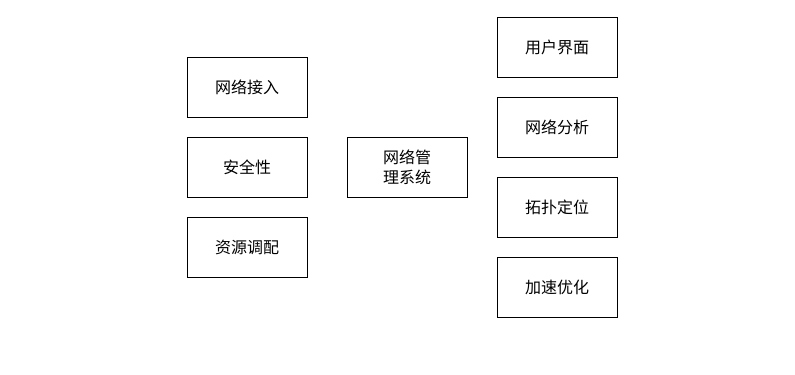
The draw.io diagram IOTNET.drawio in guoriyue/picture, before the edit. Source tidied: cells renumbered, new cells numbered last; positions are measured from the earlier drawing's top-left corner, leaving out a move shared by most shapes. Both pictures are drawn from the tidied source at 100%, with x=0, y=0 at pixel (187, 17).
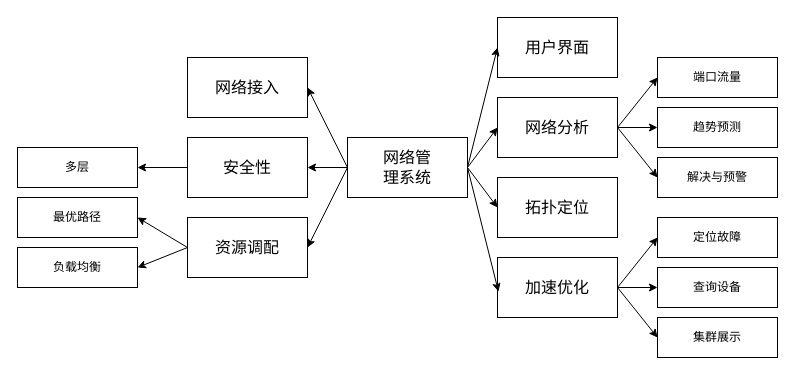
Above is the later version.

The change refers to these unchanged cells:
```xml
<mxCell id="2" style="rounded=0;whiteSpace=wrap;html=1;" parent="1" vertex="1">
  <mxGeometry y="40" width="120" height="60" as="geometry" />
</mxCell>
<mxCell id="4" style="rounded=0;whiteSpace=wrap;html=1;" parent="1" vertex="1">
  <mxGeometry y="120" width="120" height="60" as="geometry" />
</mxCell>
<mxCell id="5" style="rounded=0;whiteSpace=wrap;html=1;" parent="1" vertex="1">
  <mxGeometry y="200" width="120" height="60" as="geometry" />
</mxCell>
<mxCell id="8" style="rounded=0;whiteSpace=wrap;html=1;" parent="1" vertex="1">
  <mxGeometry x="310" width="120" height="60" as="geometry" />
</mxCell>
<mxCell id="10" style="rounded=0;whiteSpace=wrap;html=1;" parent="1" vertex="1">
  <mxGeometry x="310" y="80" width="120" height="60" as="geometry" />
</mxCell>
<mxCell id="11" style="rounded=0;whiteSpace=wrap;html=1;" parent="1" vertex="1">
  <mxGeometry x="310" y="160" width="120" height="60" as="geometry" />
</mxCell>
<mxCell id="14" style="rounded=0;whiteSpace=wrap;html=1;" parent="1" vertex="1">
  <mxGeometry x="310" y="240" width="120" height="60" as="geometry" />
</mxCell>
<mxCell id="16" style="rounded=0;whiteSpace=wrap;html=1;" parent="1" vertex="1">
  <mxGeometry x="160" y="120" width="120" height="60" as="geometry" />
</mxCell>
```

Change to the diagram source:
```diff
@@
+    <mxCell id="18" style="endArrow=classic;html=1;entryX=0;entryY=0.5;entryDx=0;entryDy=0;exitX=1;exitY=0.5;exitDx=0;exitDy=0;" parent="1" edge="1" source="16" target="8">
+      <mxGeometry relative="1" as="geometry" />
+    </mxCell>
+    <mxCell id="19" style="endArrow=classic;html=1;exitX=1;exitY=0.5;exitDx=0;exitDy=0;entryX=0;entryY=0.5;entryDx=0;entryDy=0;" parent="1" edge="1" source="16" target="10">
+      <mxGeometry relative="1" as="geometry" />
+    </mxCell>
+    <mxCell id="20" style="endArrow=classic;html=1;exitX=1;exitY=0.5;exitDx=0;exitDy=0;entryX=0;entryY=0.5;entryDx=0;entryDy=0;" parent="1" edge="1" source="16" target="11">
+      <mxGeometry relative="1" as="geometry" />
+    </mxCell>
+    <mxCell id="21" style="endArrow=classic;html=1;exitX=1;exitY=0.5;exitDx=0;exitDy=0;entryX=0.008;entryY=0.569;entryDx=0;entryDy=0;entryPerimeter=0;" parent="1" edge="1" source="16" target="14">
+      <mxGeometry relative="1" as="geometry" />
+    </mxCell>
+    <mxCell id="22" style="endArrow=classic;html=1;entryX=1;entryY=0.5;entryDx=0;entryDy=0;exitX=0;exitY=0.5;exitDx=0;exitDy=0;" parent="1" edge="1" source="16" target="2">
+      <mxGeometry relative="1" as="geometry" />
+    </mxCell>
+    <mxCell id="23" style="endArrow=classic;html=1;entryX=1;entryY=0.5;entryDx=0;entryDy=0;exitX=0;exitY=0.5;exitDx=0;exitDy=0;" parent="1" edge="1" source="16" target="4">
+      <mxGeometry relative="1" as="geometry" />
+    </mxCell>
+    <mxCell id="24" style="endArrow=classic;html=1;entryX=1;entryY=0.5;entryDx=0;entryDy=0;exitX=0;exitY=0.5;exitDx=0;exitDy=0;" parent="1" edge="1" source="16" target="5">
+      <mxGeometry relative="1" as="geometry" />
+    </mxCell>
+    <mxCell id="25" style="rounded=0;whiteSpace=wrap;html=1;" parent="1" vertex="1">
+      <mxGeometry x="470" y="250" width="120" height="40" as="geometry" />
+    </mxCell>
+    <mxCell id="26" style="rounded=0;whiteSpace=wrap;html=1;" parent="1" vertex="1">
+      <mxGeometry x="470" y="300" width="120" height="40" as="geometry" />
+    </mxCell>
+    <mxCell id="27" style="rounded=0;whiteSpace=wrap;html=1;" parent="1" vertex="1">
+      <mxGeometry x="470" y="200" width="120" height="40" as="geometry" />
+    </mxCell>
+    <mxCell id="28" style="rounded=0;whiteSpace=wrap;html=1;" parent="1" vertex="1">
+      <mxGeometry x="470" y="90" width="120" height="40" as="geometry" />
+    </mxCell>
+    <mxCell id="29" style="rounded=0;whiteSpace=wrap;html=1;" parent="1" vertex="1">
+      <mxGeometry x="470" y="40" width="120" height="40" as="geometry" />
+    </mxCell>
+    <mxCell id="30" style="rounded=0;whiteSpace=wrap;html=1;" parent="1" vertex="1">
+      <mxGeometry x="470" y="140" width="120" height="40" as="geometry" />
+    </mxCell>
+    <mxCell id="31" style="rounded=0;whiteSpace=wrap;html=1;" parent="1" vertex="1">
+      <mxGeometry x="-170" y="230" width="120" height="40" as="geometry" />
+    </mxCell>
+    <mxCell id="32" style="rounded=0;whiteSpace=wrap;html=1;" parent="1" vertex="1">
+      <mxGeometry x="-170" y="130" width="120" height="40" as="geometry" />
+    </mxCell>
+    <mxCell id="33" style="rounded=0;whiteSpace=wrap;html=1;" parent="1" vertex="1">
+      <mxGeometry x="-170" y="180" width="120" height="40" as="geometry" />
+    </mxCell>
+    <mxCell id="34" value="端口流量" style="text;html=1;strokeColor=none;fillColor=none;align=center;verticalAlign=middle;whiteSpace=wrap;rounded=0;" parent="1" vertex="1">
+      <mxGeometry x="490" y="50" width="80" height="20" as="geometry" />
+    </mxCell>
+    <mxCell id="35" value="趋势预测" style="text;html=1;strokeColor=none;fillColor=none;align=center;verticalAlign=middle;whiteSpace=wrap;rounded=0;" parent="1" vertex="1">
+      <mxGeometry x="490" y="100" width="80" height="20" as="geometry" />
+    </mxCell>
+    <mxCell id="36" value="解决与预警" style="text;html=1;strokeColor=none;fillColor=none;align=center;verticalAlign=middle;whiteSpace=wrap;rounded=0;" parent="1" vertex="1">
+      <mxGeometry x="490" y="150" width="80" height="20" as="geometry" />
+    </mxCell>
+    <mxCell id="37" value="定位故障" style="text;html=1;strokeColor=none;fillColor=none;align=center;verticalAlign=middle;whiteSpace=wrap;rounded=0;" parent="1" vertex="1">
+      <mxGeometry x="490" y="210" width="80" height="20" as="geometry" />
+    </mxCell>
+    <mxCell id="38" value="查询设备" style="text;html=1;strokeColor=none;fillColor=none;align=center;verticalAlign=middle;whiteSpace=wrap;rounded=0;" parent="1" vertex="1">
+      <mxGeometry x="490" y="260" width="80" height="20" as="geometry" />
+    </mxCell>
+    <mxCell id="39" value="集群展示" style="text;html=1;strokeColor=none;fillColor=none;align=center;verticalAlign=middle;whiteSpace=wrap;rounded=0;" parent="1" vertex="1">
+      <mxGeometry x="490" y="310" width="80" height="20" as="geometry" />
+    </mxCell>
+    <mxCell id="40" value="多层" style="text;html=1;strokeColor=none;fillColor=none;align=center;verticalAlign=middle;whiteSpace=wrap;rounded=0;" parent="1" vertex="1">
+      <mxGeometry x="-150" y="140" width="80" height="20" as="geometry" />
+    </mxCell>
+    <mxCell id="41" value="最优路径" style="text;html=1;strokeColor=none;fillColor=none;align=center;verticalAlign=middle;whiteSpace=wrap;rounded=0;" parent="1" vertex="1">
+      <mxGeometry x="-150" y="190" width="80" height="20" as="geometry" />
+    </mxCell>
+    <mxCell id="42" value="负载均衡" style="text;html=1;strokeColor=none;fillColor=none;align=center;verticalAlign=middle;whiteSpace=wrap;rounded=0;" parent="1" vertex="1">
+      <mxGeometry x="-150" y="240" width="80" height="20" as="geometry" />
+    </mxCell>
+    <mxCell id="43" style="endArrow=classic;html=1;exitX=0;exitY=0.5;exitDx=0;exitDy=0;" parent="1" edge="1" source="4">
+      <mxGeometry relative="1" as="geometry">
+        <mxPoint x="-50" y="150" as="targetPoint" />
+      </mxGeometry>
+    </mxCell>
+    <mxCell id="44" style="endArrow=classic;html=1;exitX=0;exitY=0.5;exitDx=0;exitDy=0;entryX=1;entryY=0.5;entryDx=0;entryDy=0;" parent="1" edge="1" source="5" target="33">
+      <mxGeometry relative="1" as="geometry" />
+    </mxCell>
+    <mxCell id="45" style="endArrow=classic;html=1;exitX=0;exitY=0.5;exitDx=0;exitDy=0;entryX=1;entryY=0.5;entryDx=0;entryDy=0;" parent="1" edge="1" source="5" target="31">
+      <mxGeometry relative="1" as="geometry" />
+    </mxCell>
+    <mxCell id="46" style="endArrow=classic;html=1;entryX=0;entryY=0.5;entryDx=0;entryDy=0;exitX=1;exitY=0.5;exitDx=0;exitDy=0;" parent="1" edge="1" source="10" target="29">
+      <mxGeometry relative="1" as="geometry" />
+    </mxCell>
+    <mxCell id="47" style="endArrow=classic;html=1;entryX=0;entryY=0.5;entryDx=0;entryDy=0;exitX=1;exitY=0.5;exitDx=0;exitDy=0;" parent="1" edge="1" source="10" target="28">
+      <mxGeometry relative="1" as="geometry" />
+    </mxCell>
+    <mxCell id="48" style="endArrow=classic;html=1;entryX=0;entryY=0.5;entryDx=0;entryDy=0;exitX=1;exitY=0.5;exitDx=0;exitDy=0;" parent="1" edge="1" source="10" target="30">
+      <mxGeometry relative="1" as="geometry" />
+    </mxCell>
+    <mxCell id="49" style="endArrow=classic;html=1;entryX=0;entryY=0.5;entryDx=0;entryDy=0;exitX=1;exitY=0.5;exitDx=0;exitDy=0;" parent="1" edge="1" source="14" target="27">
+      <mxGeometry relative="1" as="geometry" />
+    </mxCell>
+    <mxCell id="50" style="endArrow=classic;html=1;entryX=0;entryY=0.5;entryDx=0;entryDy=0;exitX=1;exitY=0.5;exitDx=0;exitDy=0;" parent="1" edge="1" source="14" target="25">
+      <mxGeometry relative="1" as="geometry" />
+    </mxCell>
+    <mxCell id="51" style="endArrow=classic;html=1;entryX=0;entryY=0.5;entryDx=0;entryDy=0;exitX=1;exitY=0.5;exitDx=0;exitDy=0;" parent="1" edge="1" source="14" target="26">
+      <mxGeometry relative="1" as="geometry" />
+    </mxCell>
```
